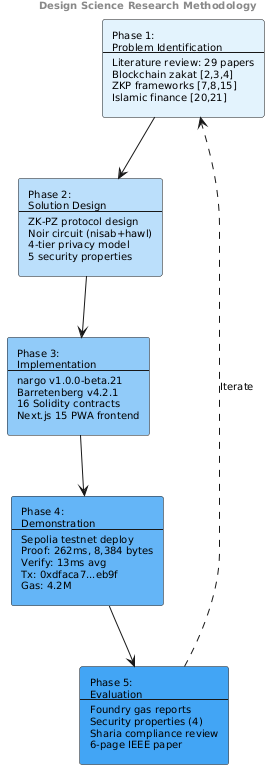
Above: docs/diagrams/research_methodology.png in tawf-labs/zkt-research (PlantUML), before the change. Source of this version:
```plantuml
@startuml
skinparam backgroundColor #FEFEFE
skinparam shadowing false
skinparam defaultFontName Arial
skinparam defaultFontSize 10
skinparam rectanglePadding 3

header <b>Design Science Research Methodology</b>

rectangle "Phase 1:\nProblem Identification\n--\nLiterature review: 29 papers\nBlockchain zakat [2,3,4]\nZKP frameworks [7,8,15]\nIslamic finance [20,21]" as P1 #E3F2FD
rectangle "Phase 2:\nSolution Design\n--\nZK-PZ protocol design\nNoir circuit (nisab+hawl)\n4-tier privacy model\n5 security properties" as P2 #BBDEFB
rectangle "Phase 3:\nImplementation\n--\nnargo v1.0.0-beta.21\nBarretenberg v4.2.1\n16 Solidity contracts\nNext.js 15 PWA frontend" as P3 #90CAF9
rectangle "Phase 4:\nDemonstration\n--\nSepolia testnet deploy\nProof: 262ms, 8,384 bytes\nVerify: 13ms avg\nTx: 0xdfaca7...eb9f\nGas: 4.2M" as P4 #64B5F6
rectangle "Phase 5:\nEvaluation\n--\nFoundry gas reports\nSecurity properties (4)\nSharia compliance review\n6-page IEEE paper" as P5 #42A5F5

P1 --> P2
P2 --> P3
P3 --> P4
P4 --> P5
P5 ..> P1 : Iterate

@enduml
```
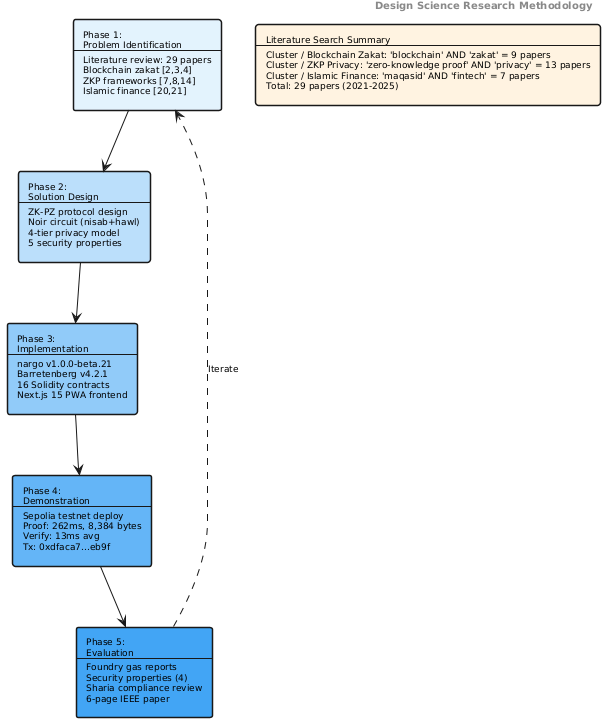
Above is the later version.

Change to the diagram source:
```diff
@@ -1,16 +1,16 @@
 @startuml
 skinparam backgroundColor #FEFEFE
 skinparam shadowing false
-skinparam defaultFontName Arial
-skinparam defaultFontSize 10
-skinparam rectanglePadding 3
+skinparam defaultFontName Times-Roman
+skinparam defaultFontSize 9
+skinparam rectangleBorderThickness 1.5
 
 header <b>Design Science Research Methodology</b>
 
-rectangle "Phase 1:\nProblem Identification\n--\nLiterature review: 29 papers\nBlockchain zakat [2,3,4]\nZKP frameworks [7,8,15]\nIslamic finance [20,21]" as P1 #E3F2FD
+rectangle "Phase 1:\nProblem Identification\n--\nLiterature review: 29 papers\nBlockchain zakat [2,3,4]\nZKP frameworks [7,8,14]\nIslamic finance [20,21]" as P1 #E3F2FD
 rectangle "Phase 2:\nSolution Design\n--\nZK-PZ protocol design\nNoir circuit (nisab+hawl)\n4-tier privacy model\n5 security properties" as P2 #BBDEFB
 rectangle "Phase 3:\nImplementation\n--\nnargo v1.0.0-beta.21\nBarretenberg v4.2.1\n16 Solidity contracts\nNext.js 15 PWA frontend" as P3 #90CAF9
-rectangle "Phase 4:\nDemonstration\n--\nSepolia testnet deploy\nProof: 262ms, 8,384 bytes\nVerify: 13ms avg\nTx: 0xdfaca7...eb9f\nGas: 4.2M" as P4 #64B5F6
+rectangle "Phase 4:\nDemonstration\n--\nSepolia testnet deploy\nProof: 262ms, 8,384 bytes\nVerify: 13ms avg\nTx: 0xdfaca7...eb9f" as P4 #64B5F6
 rectangle "Phase 5:\nEvaluation\n--\nFoundry gas reports\nSecurity properties (4)\nSharia compliance review\n6-page IEEE paper" as P5 #42A5F5
 
 P1 --> P2
@@ -19,4 +19,6 @@
 P4 --> P5
 P5 ..> P1 : Iterate
 
+rectangle "Literature Search Summary\n--\nCluster / Blockchain Zakat: 'blockchain' AND 'zakat' = 9 papers\nCluster / ZKP Privacy: 'zero-knowledge proof' AND 'privacy' = 13 papers\nCluster / Islamic Finance: 'maqasid' AND 'fintech' = 7 papers\nTotal: 29 papers (2021-2025)" as SUMMARY #FFF3E0
+
 @enduml
```
